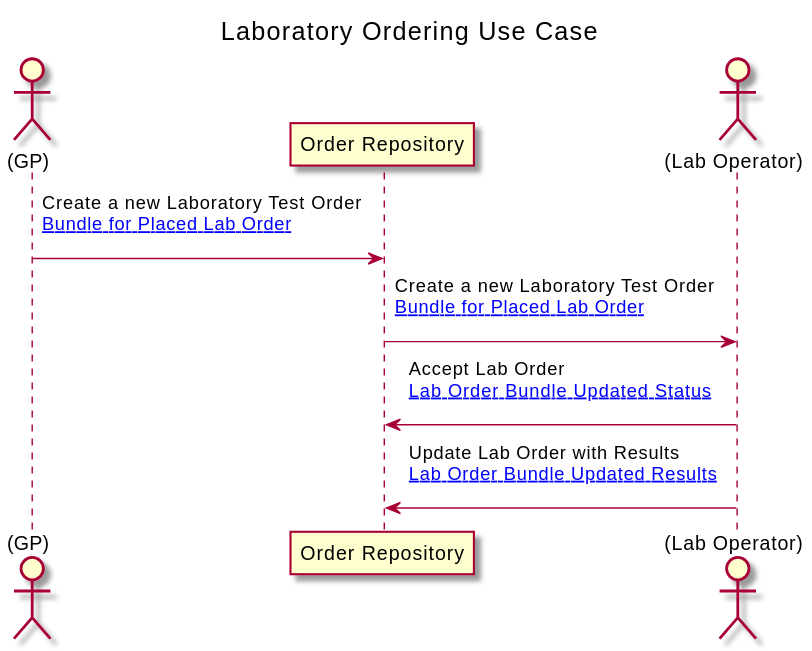
pmanko/riziv-inami keeps this PlantUML diagram as ExampleScenario-scenario-lab-ordering.svg. Above is the earlier version. The source it was exported from:
```plantuml
@startuml


Title Laboratory Ordering Use Case

actor "(GP)" as OrderCreator
participant "Order Repository" as OrderRepository
actor "(Lab Operator)" as OrderReciever






    OrderCreator-> OrderRepository : Create a new Laboratory Test Order\n[[ExampleScenario-scenario-lab-ordering-resources.html#lab-order-bundle.v0 Bundle for Placed Lab Order]]\n

    OrderRepository-> OrderReciever : Create a new Laboratory Test Order\n[[ExampleScenario-scenario-lab-ordering-resources.html#lab-order-bundle.v0 Bundle for Placed Lab Order]]\n

    OrderReciever-> OrderRepository : Accept Lab Order\n[[ExampleScenario-scenario-lab-ordering-resources.html#lab-order-bundle.v1 Lab Order Bundle Updated Status]]\n

    OrderReciever-> OrderRepository : Update Lab Order with Results\n[[ExampleScenario-scenario-lab-ordering-resources.html#lab-order-bundle.v2 Lab Order Bundle Updated Results]]\n



@enduml
```
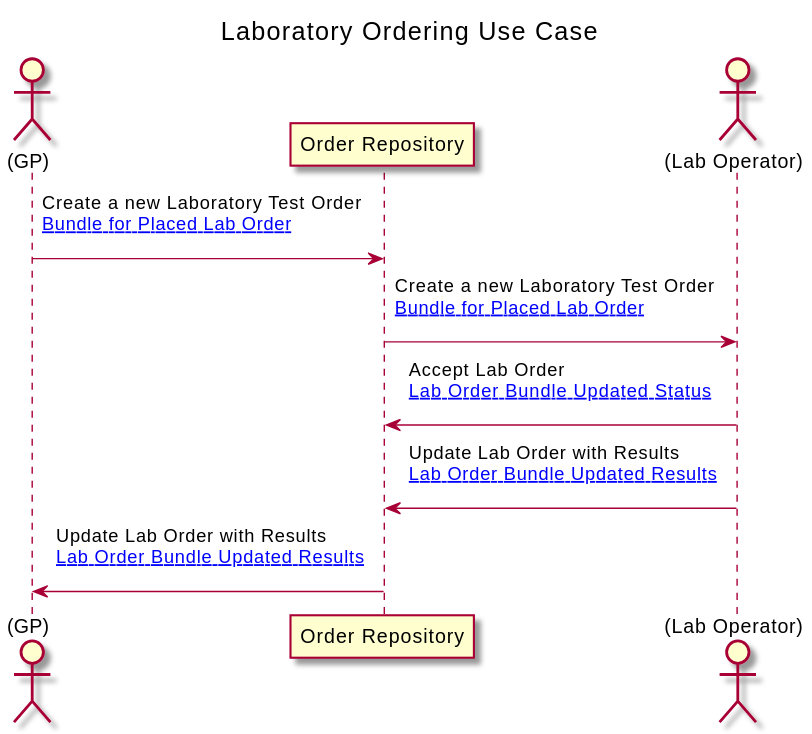
The same diagram one commit later.

The edit, as a diff of the source:
```diff
@@ -20,6 +20,9 @@
 
     OrderReciever-> OrderRepository : Update Lab Order with Results\n[[ExampleScenario-scenario-lab-ordering-resources.html#lab-order-bundle.v2 Lab Order Bundle Updated Results]]\n
 
+    OrderRepository-> OrderCreator : Update Lab Order with Results\n[[ExampleScenario-scenario-lab-ordering-resources.html#lab-order-bundle.v2 Lab Order Bundle Updated Results]]\n
+
+
 
 
 @enduml
```
